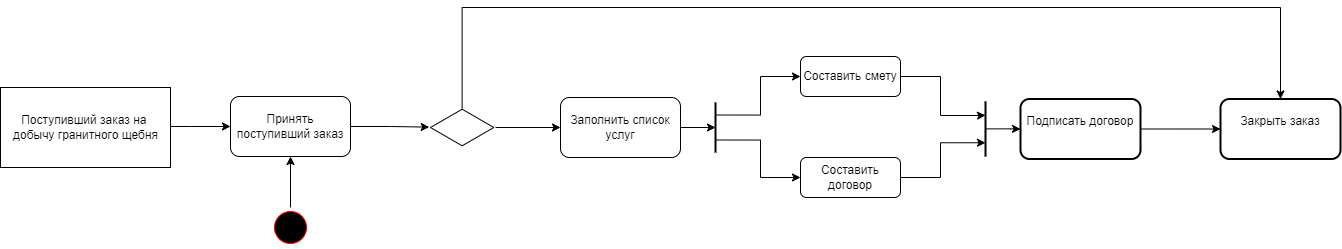
Before: Widow_Deiatelnosti.drawio.png, a diagram exported from draw.io (Awftf/UML). Source tidied: cells renumbered, new cells last; positions are measured from the earlier drawing's top-left corner, leaving out a move shared by most shapes.
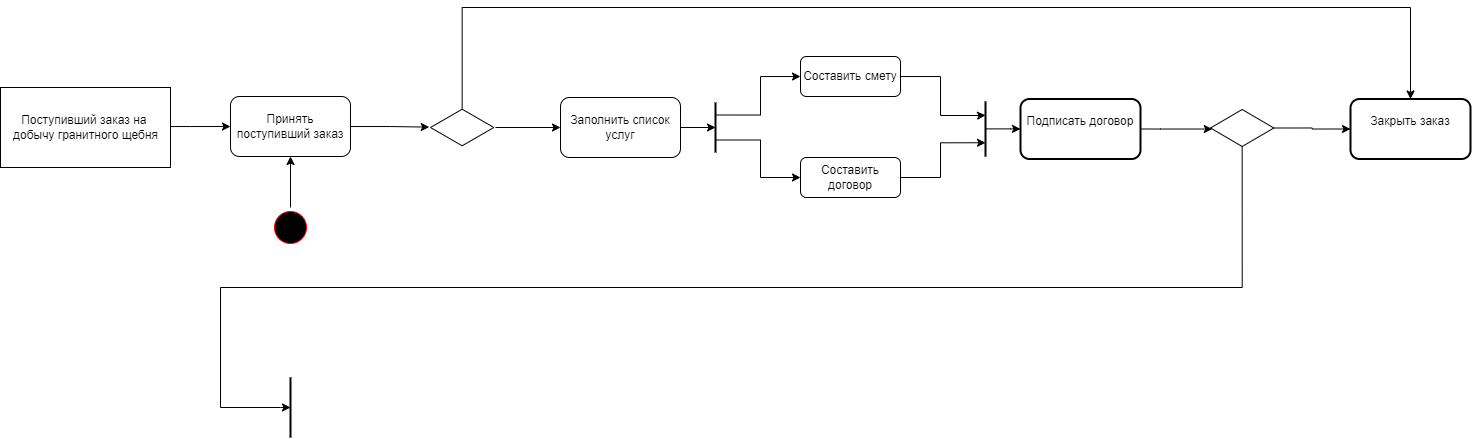
After the change.

Change to the diagram source:
```diff
@@ -40,7 +40,7 @@
       <mxGeometry relative="1" as="geometry">
         <Array as="points">
           <mxPoint x="462" />
-          <mxPoint x="1280" />
+          <mxPoint x="1410" />
         </Array>
       </mxGeometry>
     </mxCell>
@@ -85,14 +85,39 @@
     <mxCell id="21" style="line;strokeWidth=2;direction=south;html=1;" parent="1" vertex="1">
       <mxGeometry x="980" y="94" width="10" height="55" as="geometry" />
     </mxCell>
-    <mxCell id="22" style="edgeStyle=orthogonalEdgeStyle;rounded=0;jettySize=auto;html=1;" parent="1" edge="1" source="23" target="24">
-      <mxGeometry relative="1" as="geometry" />
-    </mxCell>
+    <mxCell id="25" style="edgeStyle=orthogonalEdgeStyle;rounded=0;jettySize=auto;html=1;exitX=1;exitY=0.5;exitDx=0;exitDy=0;" parent="1" edge="1" source="23" target="28">
+      <mxGeometry relative="1" as="geometry">
+        <Array as="points">
+          <mxPoint x="1160" y="121" />
+          <mxPoint x="1160" y="121" />
+        </Array>
+      </mxGeometry>
+    </mxCell>
     <mxCell id="23" value="Подписать договор" style="rounded=1;whiteSpace=wrap;html=1;verticalAlign=top;strokeWidth=2;labelBackgroundColor=default;spacingTop=8;" parent="1" vertex="1">
       <mxGeometry x="1020" y="91.5" width="120" height="60" as="geometry" />
     </mxCell>
     <mxCell id="24" value="Закрыть заказ" style="whiteSpace=wrap;html=1;verticalAlign=top;rounded=1;strokeWidth=2;labelBackgroundColor=default;spacingTop=8;" parent="1" vertex="1">
-      <mxGeometry x="1220" y="91.5" width="120" height="60" as="geometry" />
+      <mxGeometry x="1350" y="91.5" width="120" height="60" as="geometry" />
     </mxCell>
+    <mxCell id="26" style="edgeStyle=orthogonalEdgeStyle;rounded=0;jettySize=auto;html=1;exitX=1;exitY=0.5;exitDx=0;exitDy=0;entryX=0;entryY=0.5;entryDx=0;entryDy=0;" parent="1" edge="1" source="28" target="24">
+      <mxGeometry relative="1" as="geometry" />
+    </mxCell>
+    <mxCell id="27" style="edgeStyle=orthogonalEdgeStyle;rounded=0;jettySize=auto;html=1;exitX=0.5;exitY=1;exitDx=0;exitDy=0;" parent="1" edge="1" source="28">
+      <mxGeometry relative="1" as="geometry">
+        <mxPoint x="290" y="400" as="targetPoint" />
+        <Array as="points">
+          <mxPoint x="1242" y="280" />
+          <mxPoint x="220" y="280" />
+          <mxPoint x="220" y="400" />
+          <mxPoint x="280" y="400" />
+        </Array>
+      </mxGeometry>
+    </mxCell>
+    <mxCell id="28" style="rhombus;whiteSpace=wrap;html=1;" parent="1" vertex="1">
+      <mxGeometry x="1210" y="102" width="63.3" height="37" as="geometry" />
+    </mxCell>
+    <mxCell id="29" style="line;strokeWidth=2;direction=south;html=1;" parent="1" vertex="1">
+      <mxGeometry x="285" y="370" width="10" height="60" as="geometry" />
+    </mxCell>
   </root>
 </mxGraphModel>
```
